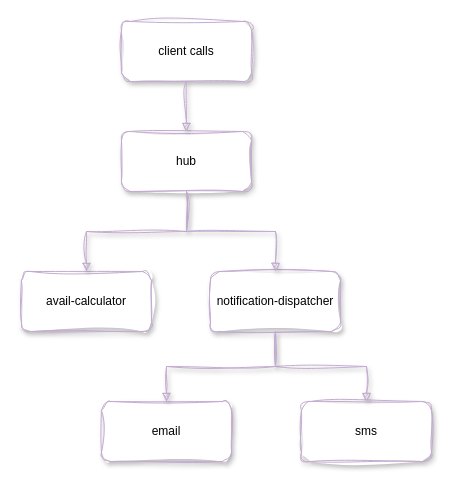
The draw.io diagram graphics/architecture.drawio in alainpham/business-platform, before the edit. Source tidied: cells renumbered, new cells numbered last; positions are measured from the earlier drawing's top-left corner, leaving out a move shared by most shapes. Both pictures are drawn from the tidied source at 100%, with x=0, y=0 at pixel (21, 21).
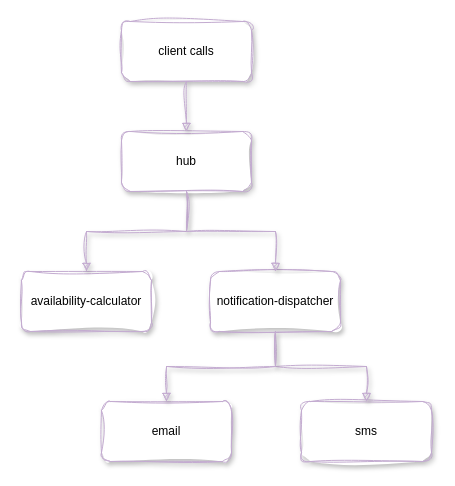
After the change.

Change to the diagram source:
```diff
@@
 <mxGraphModel>
   <root>
     <mxCell id="0" />
     <mxCell id="1" parent="0" />
     <mxCell id="2" value="client calls" style="rounded=1;whiteSpace=wrap;html=1;sketch=1;curveFitting=1;jiggle=2;glass=0;shadow=1;align=center;verticalAlign=middle;fontFamily=Helvetica;fontSize=12;strokeColor=#C3ABD0;" parent="1" vertex="1">
       <mxGeometry x="100" width="130" height="60" as="geometry" />
     </mxCell>
-    <mxCell id="3" value="avail-calculator" style="rounded=1;whiteSpace=wrap;html=1;sketch=1;curveFitting=1;jiggle=2;glass=0;shadow=1;align=center;verticalAlign=middle;fontFamily=Helvetica;fontSize=12;strokeColor=#C3ABD0;" parent="1" vertex="1">
+    <mxCell id="3" value="availability-calculator" style="rounded=1;whiteSpace=wrap;html=1;sketch=1;curveFitting=1;jiggle=2;glass=0;shadow=1;align=center;verticalAlign=middle;fontFamily=Helvetica;fontSize=12;strokeColor=#C3ABD0;" parent="1" vertex="1">
       <mxGeometry y="250" width="130" height="60" as="geometry" />
     </mxCell>
     <mxCell id="4" value="hub" style="rounded=1;whiteSpace=wrap;html=1;sketch=1;curveFitting=1;jiggle=2;glass=0;shadow=1;strokeColor=#C3ABD0;" parent="1" vertex="1">
       <mxGeometry x="100" y="110" width="130" height="60" as="geometry" />
     </mxCell>
     <mxCell id="5" style="edgeStyle=orthogonalEdgeStyle;shape=connector;rounded=0;sketch=1;jiggle=2;curveFitting=1;jettySize=auto;html=1;shadow=1;align=center;verticalAlign=middle;fontFamily=Helvetica;fontSize=12;fontColor=default;labelBackgroundColor=default;endArrow=block;endFill=1;flowAnimation=0;strokeColor=#C3ABD0;" parent="1" edge="1" source="2" target="4">
       <mxGeometry relative="1" as="geometry" />
     </mxCell>
     <mxCell id="6" style="edgeStyle=orthogonalEdgeStyle;shape=connector;rounded=0;sketch=1;jiggle=2;curveFitting=1;jettySize=auto;html=1;shadow=1;align=center;verticalAlign=middle;fontFamily=Helvetica;fontSize=12;fontColor=default;labelBackgroundColor=default;endArrow=block;endFill=1;flowAnimation=0;strokeColor=#C3ABD0;" parent="1" edge="1" source="4" target="3">
       <mxGeometry relative="1" as="geometry" />
     </mxCell>
     <mxCell id="7" value="notification-dispatcher" style="rounded=1;whiteSpace=wrap;html=1;sketch=1;curveFitting=1;jiggle=2;glass=0;shadow=1;align=center;verticalAlign=middle;fontFamily=Helvetica;fontSize=12;strokeColor=#C3ABD0;" parent="1" vertex="1">
       <mxGeometry x="189" y="250" width="130" height="60" as="geometry" />
     </mxCell>
     <mxCell id="8" value="email" style="rounded=1;whiteSpace=wrap;html=1;sketch=1;curveFitting=1;jiggle=2;glass=0;shadow=1;align=center;verticalAlign=middle;fontFamily=Helvetica;fontSize=12;strokeColor=#C3ABD0;" parent="1" vertex="1">
       <mxGeometry x="80" y="380" width="130" height="60" as="geometry" />
     </mxCell>
     <mxCell id="9" value="sms" style="rounded=1;whiteSpace=wrap;html=1;sketch=1;curveFitting=1;jiggle=2;glass=0;shadow=1;align=center;verticalAlign=middle;fontFamily=Helvetica;fontSize=12;strokeColor=#C3ABD0;" parent="1" vertex="1">
       <mxGeometry x="280" y="380" width="130" height="60" as="geometry" />
     </mxCell>
     <mxCell id="10" style="edgeStyle=orthogonalEdgeStyle;shape=connector;rounded=0;sketch=1;jiggle=2;curveFitting=1;jettySize=auto;html=1;shadow=1;align=center;verticalAlign=middle;fontFamily=Helvetica;fontSize=12;fontColor=default;labelBackgroundColor=default;endArrow=block;endFill=1;flowAnimation=0;strokeColor=#C3ABD0;" parent="1" edge="1" source="4" target="7">
       <mxGeometry relative="1" as="geometry" />
     </mxCell>
     <mxCell id="11" style="edgeStyle=orthogonalEdgeStyle;shape=connector;rounded=0;sketch=1;jiggle=2;curveFitting=1;jettySize=auto;html=1;shadow=1;align=center;verticalAlign=middle;fontFamily=Helvetica;fontSize=12;fontColor=default;labelBackgroundColor=default;endArrow=block;endFill=1;flowAnimation=0;strokeColor=#C3ABD0;" parent="1" edge="1" source="7" target="9">
       <mxGeometry relative="1" as="geometry" />
     </mxCell>
     <mxCell id="12" style="edgeStyle=orthogonalEdgeStyle;shape=connector;rounded=0;sketch=1;jiggle=2;curveFitting=1;jettySize=auto;html=1;shadow=1;align=center;verticalAlign=middle;fontFamily=Helvetica;fontSize=12;fontColor=default;labelBackgroundColor=default;endArrow=block;endFill=1;flowAnimation=0;strokeColor=#C3ABD0;" parent="1" edge="1" source="7" target="8">
       <mxGeometry relative="1" as="geometry" />
     </mxCell>
   </root>
 </mxGraphModel>
```
